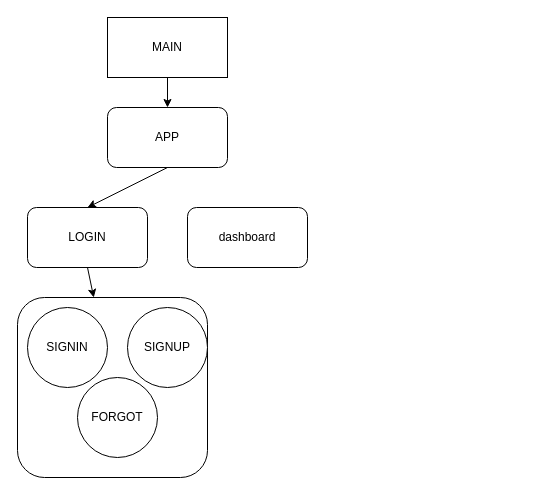
Deco2449584/React_form_taller keeps this draw.io diagram as text.drawio. Above is the earlier version. Source tidied: cells renumbered, new cells numbered last; positions are measured from the earlier drawing's top-left corner, leaving out a move shared by most shapes. Both pictures are drawn from the tidied source at 100%, with x=0, y=0 at pixel (17, 17).
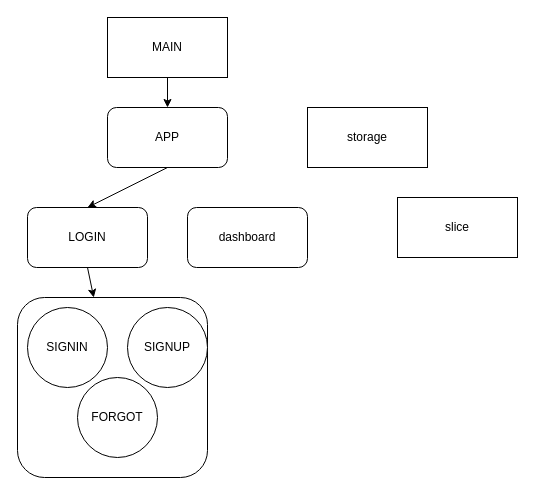
The same page after the edit.

What changed in the source:
```diff
@@
 <mxGraphModel>
   <root>
     <mxCell id="0" />
     <mxCell id="1" parent="0" />
     <mxCell id="2" style="rounded=1;whiteSpace=wrap;html=1;" parent="1" vertex="1">
       <mxGeometry y="280" width="190" height="180" as="geometry" />
     </mxCell>
     <mxCell id="3" style="edgeStyle=none;html=1;exitX=0.5;exitY=1;exitDx=0;exitDy=0;entryX=0.5;entryY=0;entryDx=0;entryDy=0;" parent="1" edge="1" source="4" target="6">
       <mxGeometry relative="1" as="geometry" />
     </mxCell>
     <mxCell id="4" value="MAIN" style="rounded=0;whiteSpace=wrap;html=1;" parent="1" vertex="1">
       <mxGeometry x="90" width="120" height="60" as="geometry" />
     </mxCell>
     <mxCell id="5" style="edgeStyle=none;html=1;exitX=0.5;exitY=1;exitDx=0;exitDy=0;entryX=0.5;entryY=0;entryDx=0;entryDy=0;" parent="1" edge="1" source="6" target="8">
       <mxGeometry relative="1" as="geometry" />
     </mxCell>
     <mxCell id="6" value="APP" style="rounded=1;whiteSpace=wrap;html=1;" parent="1" vertex="1">
       <mxGeometry x="90" y="90" width="120" height="60" as="geometry" />
     </mxCell>
     <mxCell id="7" style="edgeStyle=none;html=1;exitX=0.5;exitY=1;exitDx=0;exitDy=0;" parent="1" edge="1" source="8" target="2">
       <mxGeometry relative="1" as="geometry" />
     </mxCell>
     <mxCell id="8" value="LOGIN" style="rounded=1;whiteSpace=wrap;html=1;" parent="1" vertex="1">
       <mxGeometry x="10" y="190" width="120" height="60" as="geometry" />
     </mxCell>
     <mxCell id="9" value="SIGNIN" style="ellipse;whiteSpace=wrap;html=1;" parent="1" vertex="1">
       <mxGeometry x="10" y="290" width="80" height="80" as="geometry" />
     </mxCell>
     <mxCell id="10" value="FORGOT" style="ellipse;whiteSpace=wrap;html=1;" parent="1" vertex="1">
       <mxGeometry x="60" y="360" width="80" height="80" as="geometry" />
     </mxCell>
     <mxCell id="11" value="SIGNUP" style="ellipse;whiteSpace=wrap;html=1;" parent="1" vertex="1">
       <mxGeometry x="110" y="290" width="80" height="80" as="geometry" />
     </mxCell>
     <mxCell id="12" value="dashboard" style="rounded=1;whiteSpace=wrap;html=1;" parent="1" vertex="1">
       <mxGeometry x="170" y="190" width="120" height="60" as="geometry" />
     </mxCell>
+    <mxCell id="13" value="storage" style="rounded=0;whiteSpace=wrap;html=1;" parent="1" vertex="1">
+      <mxGeometry x="290" y="90" width="120" height="60" as="geometry" />
+    </mxCell>
+    <mxCell id="14" value="slice" style="rounded=0;whiteSpace=wrap;html=1;" parent="1" vertex="1">
+      <mxGeometry x="380" y="180" width="120" height="60" as="geometry" />
+    </mxCell>
   </root>
 </mxGraphModel>
```
